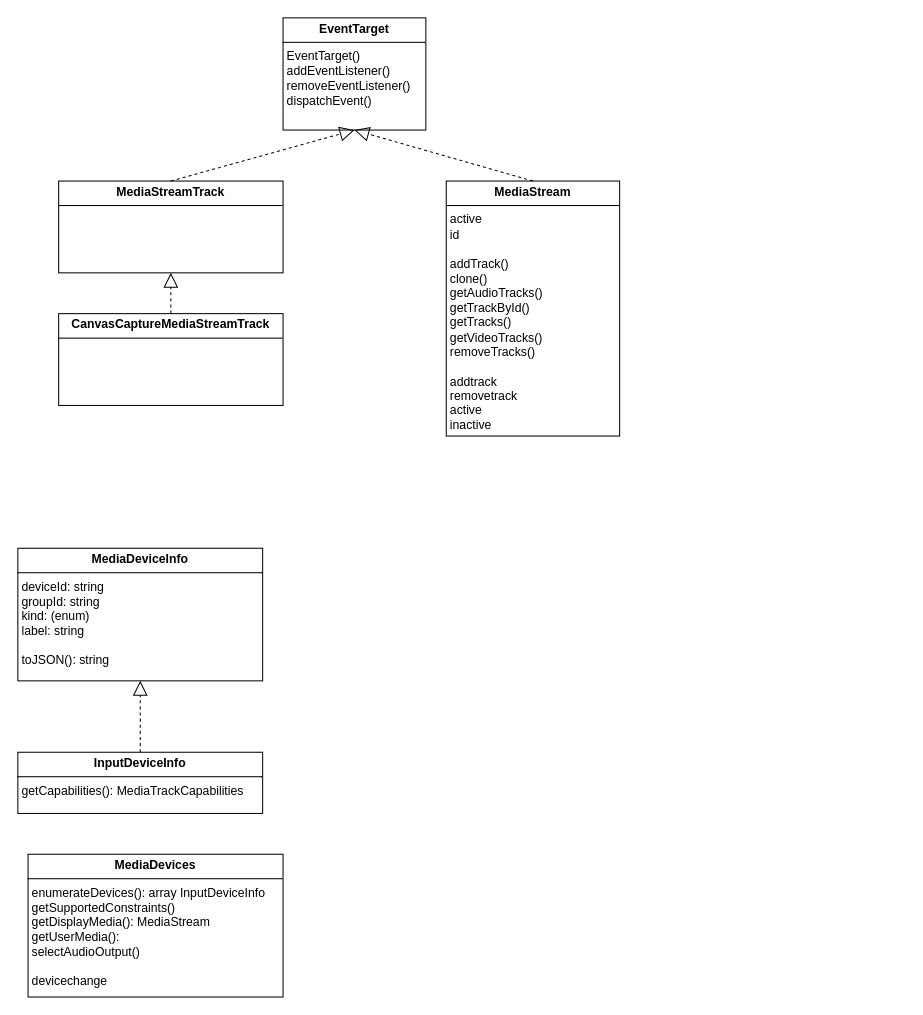
KondyubaBA/WebAPI keeps this draw.io diagram as page "Page-1" (1 of 2) of WebRTC.drawio. Above is the earlier version. Source tidied: cells renumbered, new cells numbered last; positions are measured from the earlier drawing's top-left corner, leaving out a move shared by most shapes. Both pictures are drawn from the tidied source at 102%, with x=0, y=0 at pixel (17, 17).
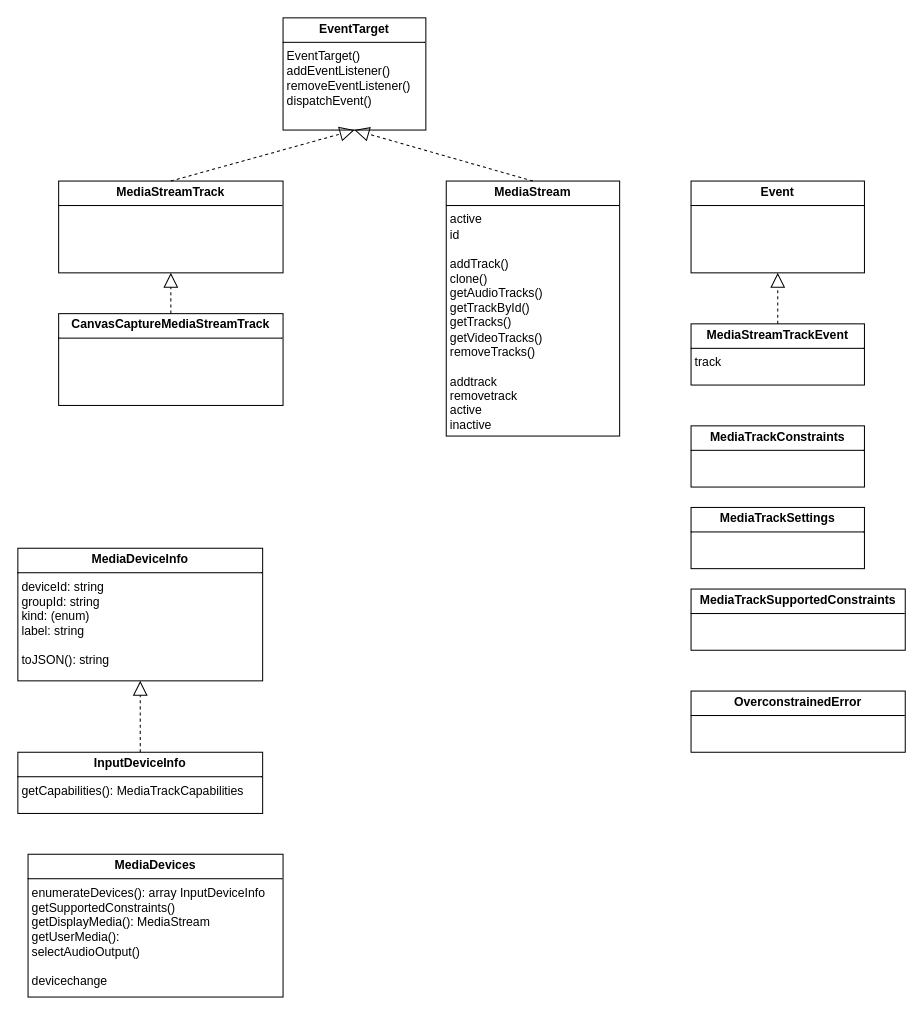
The same page after the edit.

The edit, as a diff of the source:
```diff
@@
 <mxGraphModel>
   <root>
     <mxCell id="0" />
     <mxCell id="1" parent="0" />
     <mxCell id="2" value="&lt;p style=&quot;margin:0px;margin-top:4px;text-align:center;&quot;&gt;&lt;b&gt;CanvasCaptureMediaStreamTrack&lt;/b&gt;&lt;/p&gt;&lt;hr size=&quot;1&quot; style=&quot;border-style:solid;&quot;&gt;&lt;p style=&quot;margin:0px;margin-left:4px;&quot;&gt;&lt;br&gt;&lt;/p&gt;" style="verticalAlign=top;align=left;overflow=fill;html=1;whiteSpace=wrap;" parent="1" vertex="1">
       <mxGeometry x="40" y="290" width="220" height="90" as="geometry" />
     </mxCell>
     <mxCell id="3" value="&lt;p style=&quot;margin:0px;margin-top:4px;text-align:center;&quot;&gt;&lt;b&gt;InputDeviceInfo&lt;/b&gt;&lt;/p&gt;&lt;hr size=&quot;1&quot; style=&quot;border-style:solid;&quot;&gt;&lt;p style=&quot;margin:0px;margin-left:4px;&quot;&gt;getCapabilities():&amp;nbsp;MediaTrackCapabilities&lt;/p&gt;" style="verticalAlign=top;align=left;overflow=fill;html=1;whiteSpace=wrap;" parent="1" vertex="1">
       <mxGeometry y="720" width="240" height="60" as="geometry" />
     </mxCell>
     <mxCell id="4" value="&lt;p style=&quot;margin:0px;margin-top:4px;text-align:center;&quot;&gt;&lt;b&gt;MediaDeviceInfo&lt;/b&gt;&lt;/p&gt;&lt;hr size=&quot;1&quot; style=&quot;border-style:solid;&quot;&gt;&lt;p style=&quot;margin:0px;margin-left:4px;&quot;&gt;deviceId: string&lt;/p&gt;&lt;p style=&quot;margin:0px;margin-left:4px;&quot;&gt;groupId: string&lt;/p&gt;&lt;p style=&quot;margin:0px;margin-left:4px;&quot;&gt;kind: (enum)&lt;/p&gt;&lt;p style=&quot;margin:0px;margin-left:4px;&quot;&gt;label: string&lt;/p&gt;&lt;p style=&quot;margin:0px;margin-left:4px;&quot;&gt;&lt;br&gt;&lt;/p&gt;&lt;p style=&quot;margin:0px;margin-left:4px;&quot;&gt;toJSON(): string&lt;/p&gt;" style="verticalAlign=top;align=left;overflow=fill;html=1;whiteSpace=wrap;" parent="1" vertex="1">
       <mxGeometry y="520" width="240" height="130" as="geometry" />
     </mxCell>
     <mxCell id="5" style="endArrow=block;dashed=1;endFill=0;endSize=12;html=1;rounded=0;entryX=0.5;entryY=1;entryDx=0;entryDy=0;exitX=0.5;exitY=0;exitDx=0;exitDy=0;" parent="1" edge="1" source="3" target="4">
       <mxGeometry relative="1" as="geometry" />
     </mxCell>
     <mxCell id="6" value="&lt;p style=&quot;margin:0px;margin-top:4px;text-align:center;&quot;&gt;&lt;b&gt;MediaDevices&lt;/b&gt;&lt;/p&gt;&lt;hr size=&quot;1&quot; style=&quot;border-style:solid;&quot;&gt;&lt;p style=&quot;margin:0px;margin-left:4px;&quot;&gt;enumerateDevices(): array InputDeviceInfo&lt;/p&gt;&lt;p style=&quot;margin:0px;margin-left:4px;&quot;&gt;getSupportedConstraints()&lt;/p&gt;&lt;p style=&quot;margin:0px;margin-left:4px;&quot;&gt;getDisplayMedia(): MediaStream&lt;/p&gt;&lt;p style=&quot;margin:0px;margin-left:4px;&quot;&gt;getUserMedia():&amp;nbsp;&lt;/p&gt;&lt;p style=&quot;margin:0px;margin-left:4px;&quot;&gt;selectAudioOutput()&lt;/p&gt;&lt;p style=&quot;margin:0px;margin-left:4px;&quot;&gt;&lt;br&gt;&lt;/p&gt;&lt;p style=&quot;margin:0px;margin-left:4px;&quot;&gt;devicechange&lt;/p&gt;" style="verticalAlign=top;align=left;overflow=fill;html=1;whiteSpace=wrap;" parent="1" vertex="1">
       <mxGeometry x="10" y="820" width="250" height="140" as="geometry" />
     </mxCell>
     <mxCell id="7" value="&lt;p style=&quot;margin:0px;margin-top:4px;text-align:center;&quot;&gt;&lt;b&gt;MediaStream&lt;/b&gt;&lt;/p&gt;&lt;hr size=&quot;1&quot; style=&quot;border-style:solid;&quot;&gt;&lt;p style=&quot;margin:0px;margin-left:4px;&quot;&gt;active&lt;/p&gt;&lt;p style=&quot;margin:0px;margin-left:4px;&quot;&gt;id&lt;/p&gt;&lt;p style=&quot;margin:0px;margin-left:4px;&quot;&gt;&lt;br&gt;&lt;/p&gt;&lt;p style=&quot;margin:0px;margin-left:4px;&quot;&gt;addTrack()&lt;/p&gt;&lt;p style=&quot;margin:0px;margin-left:4px;&quot;&gt;clone()&lt;/p&gt;&lt;p style=&quot;margin:0px;margin-left:4px;&quot;&gt;getAudioTracks()&lt;/p&gt;&lt;p style=&quot;margin:0px;margin-left:4px;&quot;&gt;getTrackById()&lt;/p&gt;&lt;p style=&quot;margin:0px;margin-left:4px;&quot;&gt;getTracks()&lt;/p&gt;&lt;p style=&quot;margin:0px;margin-left:4px;&quot;&gt;getVideoTracks()&lt;/p&gt;&lt;p style=&quot;margin:0px;margin-left:4px;&quot;&gt;removeTracks()&lt;/p&gt;&lt;p style=&quot;margin:0px;margin-left:4px;&quot;&gt;&lt;br&gt;&lt;/p&gt;&lt;p style=&quot;margin:0px;margin-left:4px;&quot;&gt;addtrack&lt;/p&gt;&lt;p style=&quot;margin:0px;margin-left:4px;&quot;&gt;removetrack&lt;/p&gt;&lt;p style=&quot;margin:0px;margin-left:4px;&quot;&gt;active&lt;/p&gt;&lt;p style=&quot;margin:0px;margin-left:4px;&quot;&gt;inactive&lt;/p&gt;" style="verticalAlign=top;align=left;overflow=fill;html=1;whiteSpace=wrap;" parent="1" vertex="1">
       <mxGeometry x="420" y="160" width="170" height="250" as="geometry" />
     </mxCell>
     <mxCell id="8" value="&lt;p style=&quot;margin:0px;margin-top:4px;text-align:center;&quot;&gt;&lt;b&gt;EventTarget&lt;/b&gt;&lt;/p&gt;&lt;hr size=&quot;1&quot; style=&quot;border-style:solid;&quot;&gt;&lt;p style=&quot;margin:0px;margin-left:4px;&quot;&gt;EventTarget()&lt;/p&gt;&lt;p style=&quot;margin:0px;margin-left:4px;&quot;&gt;addEventListener()&lt;/p&gt;&lt;p style=&quot;margin:0px;margin-left:4px;&quot;&gt;removeEventListener()&lt;/p&gt;&lt;p style=&quot;margin:0px;margin-left:4px;&quot;&gt;dispatchEvent()&lt;/p&gt;" style="verticalAlign=top;align=left;overflow=fill;html=1;whiteSpace=wrap;" parent="1" vertex="1">
       <mxGeometry x="260" width="140" height="110" as="geometry" />
     </mxCell>
     <mxCell id="9" style="endArrow=block;dashed=1;endFill=0;endSize=12;html=1;rounded=0;entryX=0.5;entryY=1;entryDx=0;entryDy=0;exitX=0.5;exitY=0;exitDx=0;exitDy=0;" parent="1" edge="1" source="7" target="8">
       <mxGeometry relative="1" as="geometry" />
     </mxCell>
     <mxCell id="10" value="&lt;p style=&quot;margin:0px;margin-top:4px;text-align:center;&quot;&gt;&lt;b&gt;MediaStreamTrack&lt;/b&gt;&lt;/p&gt;&lt;hr size=&quot;1&quot; style=&quot;border-style:solid;&quot;&gt;&lt;p style=&quot;margin:0px;margin-left:4px;&quot;&gt;&lt;br&gt;&lt;/p&gt;" style="verticalAlign=top;align=left;overflow=fill;html=1;whiteSpace=wrap;" parent="1" vertex="1">
       <mxGeometry x="40" y="160" width="220" height="90" as="geometry" />
     </mxCell>
     <mxCell id="11" style="endArrow=block;dashed=1;endFill=0;endSize=12;html=1;rounded=0;entryX=0.5;entryY=1;entryDx=0;entryDy=0;exitX=0.5;exitY=0;exitDx=0;exitDy=0;" parent="1" edge="1" source="10" target="8">
       <mxGeometry relative="1" as="geometry" />
     </mxCell>
     <mxCell id="12" style="endArrow=block;dashed=1;endFill=0;endSize=12;html=1;rounded=0;entryX=0.5;entryY=1;entryDx=0;entryDy=0;" parent="1" edge="1" source="2" target="10">
       <mxGeometry relative="1" as="geometry" />
     </mxCell>
+    <mxCell id="13" value="&lt;p style=&quot;margin:0px;margin-top:4px;text-align:center;&quot;&gt;&lt;b&gt;Event&lt;/b&gt;&lt;/p&gt;&lt;hr size=&quot;1&quot; style=&quot;border-style:solid;&quot;&gt;&lt;p style=&quot;margin:0px;margin-left:4px;&quot;&gt;&lt;br&gt;&lt;/p&gt;" style="verticalAlign=top;align=left;overflow=fill;html=1;whiteSpace=wrap;" parent="1" vertex="1">
+      <mxGeometry x="660" y="160" width="170" height="90" as="geometry" />
+    </mxCell>
+    <mxCell id="14" value="&lt;p style=&quot;margin:0px;margin-top:4px;text-align:center;&quot;&gt;&lt;b&gt;MediaStreamTrackEvent&lt;/b&gt;&lt;/p&gt;&lt;hr size=&quot;1&quot; style=&quot;border-style:solid;&quot;&gt;&lt;p style=&quot;margin:0px;margin-left:4px;&quot;&gt;track&lt;/p&gt;" style="verticalAlign=top;align=left;overflow=fill;html=1;whiteSpace=wrap;" parent="1" vertex="1">
+      <mxGeometry x="660" y="300" width="170" height="60" as="geometry" />
+    </mxCell>
+    <mxCell id="15" style="endArrow=block;dashed=1;endFill=0;endSize=12;html=1;rounded=0;entryX=0.5;entryY=1;entryDx=0;entryDy=0;exitX=0.5;exitY=0;exitDx=0;exitDy=0;" parent="1" edge="1" source="14" target="13">
+      <mxGeometry relative="1" as="geometry" />
+    </mxCell>
+    <mxCell id="16" value="&lt;p style=&quot;margin:0px;margin-top:4px;text-align:center;&quot;&gt;&lt;b&gt;MediaTrackConstraints&lt;/b&gt;&lt;/p&gt;&lt;hr size=&quot;1&quot; style=&quot;border-style:solid;&quot;&gt;&lt;p style=&quot;margin:0px;margin-left:4px;&quot;&gt;&lt;br&gt;&lt;/p&gt;" style="verticalAlign=top;align=left;overflow=fill;html=1;whiteSpace=wrap;" parent="1" vertex="1">
+      <mxGeometry x="660" y="400" width="170" height="60" as="geometry" />
+    </mxCell>
+    <mxCell id="17" value="&lt;p style=&quot;margin:0px;margin-top:4px;text-align:center;&quot;&gt;&lt;b&gt;MediaTrackSettings&lt;/b&gt;&lt;/p&gt;&lt;hr size=&quot;1&quot; style=&quot;border-style:solid;&quot;&gt;&lt;p style=&quot;margin:0px;margin-left:4px;&quot;&gt;&lt;br&gt;&lt;/p&gt;" style="verticalAlign=top;align=left;overflow=fill;html=1;whiteSpace=wrap;" parent="1" vertex="1">
+      <mxGeometry x="660" y="480" width="170" height="60" as="geometry" />
+    </mxCell>
+    <mxCell id="18" value="&lt;p style=&quot;margin:0px;margin-top:4px;text-align:center;&quot;&gt;&lt;b&gt;MediaTrackSupportedConstraints&lt;/b&gt;&lt;/p&gt;&lt;hr size=&quot;1&quot; style=&quot;border-style:solid;&quot;&gt;&lt;p style=&quot;margin:0px;margin-left:4px;&quot;&gt;&lt;br&gt;&lt;/p&gt;" style="verticalAlign=top;align=left;overflow=fill;html=1;whiteSpace=wrap;" parent="1" vertex="1">
+      <mxGeometry x="660" y="560" width="210" height="60" as="geometry" />
+    </mxCell>
+    <mxCell id="19" value="&lt;p style=&quot;margin:0px;margin-top:4px;text-align:center;&quot;&gt;&lt;b&gt;OverconstrainedError&lt;/b&gt;&lt;/p&gt;&lt;hr size=&quot;1&quot; style=&quot;border-style:solid;&quot;&gt;&lt;p style=&quot;margin:0px;margin-left:4px;&quot;&gt;&lt;br&gt;&lt;/p&gt;" style="verticalAlign=top;align=left;overflow=fill;html=1;whiteSpace=wrap;" parent="1" vertex="1">
+      <mxGeometry x="660" y="660" width="210" height="60" as="geometry" />
+    </mxCell>
   </root>
 </mxGraphModel>
```
